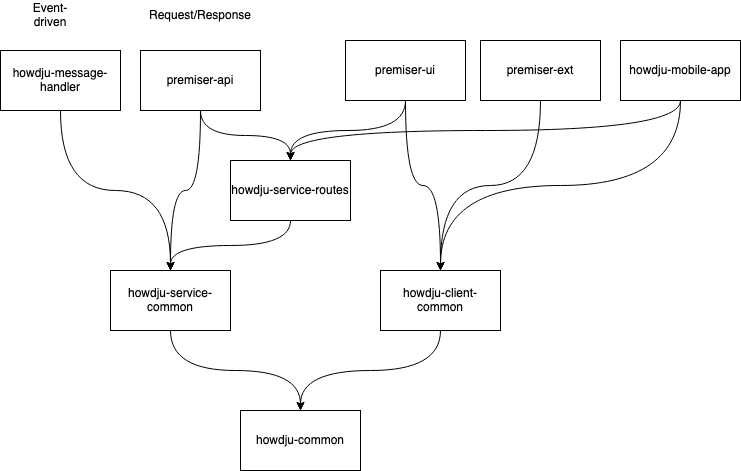
Earlier version of the draw.io export docs/Howdju Monorepo Package Dependencies.drawio.png (Howdju/howdju). Source tidied: cells renumbered, new cells last; positions are measured from the earlier drawing's top-left corner, leaving out a move shared by most shapes. The source it was exported from:
```xml
<mxGraphModel>
  <root>
    <mxCell id="0" />
    <mxCell id="1" parent="0" />
    <mxCell id="2" value="howdju-common" style="rounded=0;whiteSpace=wrap;html=1;" parent="1" vertex="1">
      <mxGeometry x="240" y="410" width="120" height="60" as="geometry" />
    </mxCell>
    <mxCell id="3" style="edgeStyle=orthogonalEdgeStyle;curved=1;rounded=0;jettySize=auto;html=1;exitX=0.5;exitY=1;exitDx=0;exitDy=0;entryX=0.5;entryY=0;entryDx=0;entryDy=0;" parent="1" edge="1" source="4" target="2">
      <mxGeometry relative="1" as="geometry" />
    </mxCell>
    <mxCell id="4" value="howdju-client-common" style="rounded=0;whiteSpace=wrap;html=1;" parent="1" vertex="1">
      <mxGeometry x="380" y="270" width="120" height="60" as="geometry" />
    </mxCell>
    <mxCell id="5" style="edgeStyle=orthogonalEdgeStyle;curved=1;rounded=0;jettySize=auto;html=1;exitX=0.5;exitY=1;exitDx=0;exitDy=0;" parent="1" edge="1" source="6">
      <mxGeometry relative="1" as="geometry">
        <mxPoint x="300" y="410" as="targetPoint" />
      </mxGeometry>
    </mxCell>
    <mxCell id="6" value="howdju-service-common" style="rounded=0;whiteSpace=wrap;html=1;" parent="1" vertex="1">
      <mxGeometry x="110" y="270" width="120" height="60" as="geometry" />
    </mxCell>
    <mxCell id="7" style="edgeStyle=orthogonalEdgeStyle;curved=1;rounded=0;jettySize=auto;html=1;exitX=0.5;exitY=1;exitDx=0;exitDy=0;entryX=0.5;entryY=0;entryDx=0;entryDy=0;" parent="1" edge="1" source="9" target="4">
      <mxGeometry relative="1" as="geometry" />
    </mxCell>
    <mxCell id="8" style="edgeStyle=orthogonalEdgeStyle;curved=1;rounded=0;jettySize=auto;html=1;exitX=0.5;exitY=1;exitDx=0;exitDy=0;entryX=0.5;entryY=0;entryDx=0;entryDy=0;" parent="1" edge="1" source="9" target="14">
      <mxGeometry relative="1" as="geometry" />
    </mxCell>
    <mxCell id="9" value="&lt;div&gt;premiser-ui&lt;/div&gt;" style="rounded=0;whiteSpace=wrap;html=1;" parent="1" vertex="1">
      <mxGeometry x="345" y="40" width="120" height="60" as="geometry" />
    </mxCell>
    <mxCell id="10" style="edgeStyle=orthogonalEdgeStyle;curved=1;rounded=0;jettySize=auto;html=1;exitX=0.5;exitY=1;exitDx=0;exitDy=0;" parent="1" edge="1" source="12">
      <mxGeometry relative="1" as="geometry">
        <mxPoint x="170" y="270" as="targetPoint" />
      </mxGeometry>
    </mxCell>
    <mxCell id="11" style="edgeStyle=orthogonalEdgeStyle;curved=1;rounded=0;jettySize=auto;html=1;exitX=0.5;exitY=1;exitDx=0;exitDy=0;entryX=0.5;entryY=0;entryDx=0;entryDy=0;" parent="1" edge="1" source="12" target="14">
      <mxGeometry relative="1" as="geometry" />
    </mxCell>
    <mxCell id="12" value="premiser-api" style="rounded=0;whiteSpace=wrap;html=1;" parent="1" vertex="1">
      <mxGeometry x="140" y="50" width="120" height="60" as="geometry" />
    </mxCell>
    <mxCell id="13" style="edgeStyle=orthogonalEdgeStyle;curved=1;rounded=0;jettySize=auto;html=1;exitX=0.5;exitY=1;exitDx=0;exitDy=0;entryX=0.5;entryY=0;entryDx=0;entryDy=0;" parent="1" edge="1" source="14" target="6">
      <mxGeometry relative="1" as="geometry" />
    </mxCell>
    <mxCell id="14" value="howdju-service-routes" style="rounded=0;whiteSpace=wrap;html=1;" parent="1" vertex="1">
      <mxGeometry x="230" y="160" width="120" height="60" as="geometry" />
    </mxCell>
    <mxCell id="15" style="edgeStyle=orthogonalEdgeStyle;curved=1;rounded=0;jettySize=auto;html=1;exitX=0.5;exitY=1;exitDx=0;exitDy=0;entryX=0.5;entryY=0;entryDx=0;entryDy=0;" parent="1" edge="1" source="16" target="4">
      <mxGeometry relative="1" as="geometry" />
    </mxCell>
    <mxCell id="16" value="&lt;div&gt;premiser-ext&lt;/div&gt;" style="rounded=0;whiteSpace=wrap;html=1;" parent="1" vertex="1">
      <mxGeometry x="480" y="40" width="120" height="60" as="geometry" />
    </mxCell>
    <mxCell id="17" style="edgeStyle=orthogonalEdgeStyle;curved=1;rounded=0;jettySize=auto;html=1;exitX=0.5;exitY=1;exitDx=0;exitDy=0;" parent="1" edge="1" source="19">
      <mxGeometry relative="1" as="geometry">
        <mxPoint x="440" y="270" as="targetPoint" />
      </mxGeometry>
    </mxCell>
    <mxCell id="18" style="edgeStyle=orthogonalEdgeStyle;curved=1;rounded=0;jettySize=auto;html=1;exitX=0.5;exitY=1;exitDx=0;exitDy=0;entryX=0.5;entryY=0;entryDx=0;entryDy=0;" parent="1" edge="1" source="19" target="14">
      <mxGeometry relative="1" as="geometry" />
    </mxCell>
    <mxCell id="19" value="howdju-mobile-app" style="rounded=0;whiteSpace=wrap;html=1;" parent="1" vertex="1">
      <mxGeometry x="620" y="40" width="120" height="60" as="geometry" />
    </mxCell>
    <mxCell id="20" style="edgeStyle=orthogonalEdgeStyle;curved=1;rounded=0;jettySize=auto;html=1;exitX=0.5;exitY=1;exitDx=0;exitDy=0;entryX=0.5;entryY=0;entryDx=0;entryDy=0;" parent="1" edge="1" source="21" target="6">
      <mxGeometry relative="1" as="geometry" />
    </mxCell>
    <mxCell id="21" value="howdju-message-handler" style="rounded=0;whiteSpace=wrap;html=1;" parent="1" vertex="1">
      <mxGeometry y="50" width="120" height="60" as="geometry" />
    </mxCell>
    <mxCell id="22" value="Event-driven" style="text;html=1;strokeColor=none;fillColor=none;align=center;verticalAlign=middle;whiteSpace=wrap;rounded=0;" parent="1" vertex="1">
      <mxGeometry x="20" width="60" height="30" as="geometry" />
    </mxCell>
    <mxCell id="23" value="Request/Response" style="text;html=1;strokeColor=none;fillColor=none;align=center;verticalAlign=middle;whiteSpace=wrap;rounded=0;" parent="1" vertex="1">
      <mxGeometry x="170" width="60" height="30" as="geometry" />
    </mxCell>
  </root>
</mxGraphModel>
```
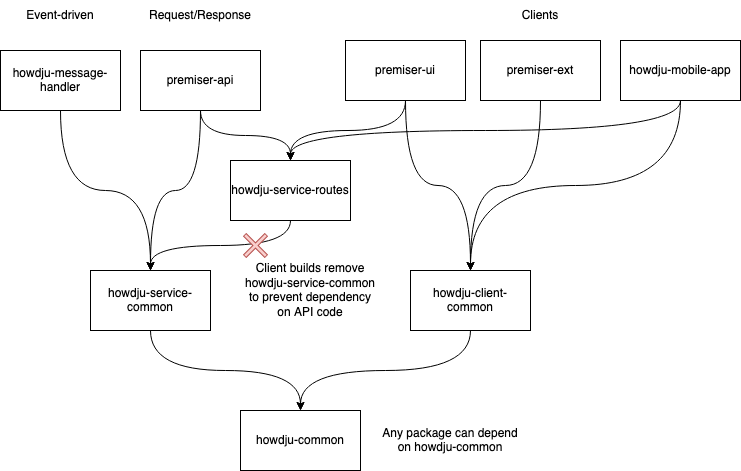
Later version of the same file.

What changed in the source:
```diff
@@ -9,7 +9,7 @@
       <mxGeometry relative="1" as="geometry" />
     </mxCell>
     <mxCell id="4" value="howdju-client-common" style="rounded=0;whiteSpace=wrap;html=1;" parent="1" vertex="1">
-      <mxGeometry x="380" y="270" width="120" height="60" as="geometry" />
+      <mxGeometry x="410" y="270" width="120" height="60" as="geometry" />
     </mxCell>
     <mxCell id="5" style="edgeStyle=orthogonalEdgeStyle;curved=1;rounded=0;jettySize=auto;html=1;exitX=0.5;exitY=1;exitDx=0;exitDy=0;" parent="1" edge="1" source="6">
       <mxGeometry relative="1" as="geometry">
@@ -17,7 +17,7 @@
       </mxGeometry>
     </mxCell>
     <mxCell id="6" value="howdju-service-common" style="rounded=0;whiteSpace=wrap;html=1;" parent="1" vertex="1">
-      <mxGeometry x="110" y="270" width="120" height="60" as="geometry" />
+      <mxGeometry x="90" y="270" width="120" height="60" as="geometry" />
     </mxCell>
     <mxCell id="7" style="edgeStyle=orthogonalEdgeStyle;curved=1;rounded=0;jettySize=auto;html=1;exitX=0.5;exitY=1;exitDx=0;exitDy=0;entryX=0.5;entryY=0;entryDx=0;entryDy=0;" parent="1" edge="1" source="9" target="4">
       <mxGeometry relative="1" as="geometry" />
@@ -28,10 +28,8 @@
     <mxCell id="9" value="&lt;div&gt;premiser-ui&lt;/div&gt;" style="rounded=0;whiteSpace=wrap;html=1;" parent="1" vertex="1">
       <mxGeometry x="345" y="40" width="120" height="60" as="geometry" />
     </mxCell>
-    <mxCell id="10" style="edgeStyle=orthogonalEdgeStyle;curved=1;rounded=0;jettySize=auto;html=1;exitX=0.5;exitY=1;exitDx=0;exitDy=0;" parent="1" edge="1" source="12">
-      <mxGeometry relative="1" as="geometry">
-        <mxPoint x="170" y="270" as="targetPoint" />
-      </mxGeometry>
+    <mxCell id="10" style="edgeStyle=orthogonalEdgeStyle;curved=1;rounded=0;jettySize=auto;html=1;exitX=0.5;exitY=1;exitDx=0;exitDy=0;" parent="1" edge="1" source="12" target="6">
+      <mxGeometry relative="1" as="geometry" />
     </mxCell>
     <mxCell id="11" style="edgeStyle=orthogonalEdgeStyle;curved=1;rounded=0;jettySize=auto;html=1;exitX=0.5;exitY=1;exitDx=0;exitDy=0;entryX=0.5;entryY=0;entryDx=0;entryDy=0;" parent="1" edge="1" source="12" target="14">
       <mxGeometry relative="1" as="geometry" />
@@ -51,10 +49,8 @@
     <mxCell id="16" value="&lt;div&gt;premiser-ext&lt;/div&gt;" style="rounded=0;whiteSpace=wrap;html=1;" parent="1" vertex="1">
       <mxGeometry x="480" y="40" width="120" height="60" as="geometry" />
     </mxCell>
-    <mxCell id="17" style="edgeStyle=orthogonalEdgeStyle;curved=1;rounded=0;jettySize=auto;html=1;exitX=0.5;exitY=1;exitDx=0;exitDy=0;" parent="1" edge="1" source="19">
-      <mxGeometry relative="1" as="geometry">
-        <mxPoint x="440" y="270" as="targetPoint" />
-      </mxGeometry>
+    <mxCell id="17" style="edgeStyle=orthogonalEdgeStyle;curved=1;rounded=0;jettySize=auto;html=1;exitX=0.5;exitY=1;exitDx=0;exitDy=0;" parent="1" edge="1" source="19" target="4">
+      <mxGeometry relative="1" as="geometry" />
     </mxCell>
     <mxCell id="18" style="edgeStyle=orthogonalEdgeStyle;curved=1;rounded=0;jettySize=auto;html=1;exitX=0.5;exitY=1;exitDx=0;exitDy=0;entryX=0.5;entryY=0;entryDx=0;entryDy=0;" parent="1" edge="1" source="19" target="14">
       <mxGeometry relative="1" as="geometry" />
@@ -69,10 +65,22 @@
       <mxGeometry y="50" width="120" height="60" as="geometry" />
     </mxCell>
     <mxCell id="22" value="Event-driven" style="text;html=1;strokeColor=none;fillColor=none;align=center;verticalAlign=middle;whiteSpace=wrap;rounded=0;" parent="1" vertex="1">
-      <mxGeometry x="20" width="60" height="30" as="geometry" />
+      <mxGeometry x="15" width="90" height="30" as="geometry" />
     </mxCell>
     <mxCell id="23" value="Request/Response" style="text;html=1;strokeColor=none;fillColor=none;align=center;verticalAlign=middle;whiteSpace=wrap;rounded=0;" parent="1" vertex="1">
       <mxGeometry x="170" width="60" height="30" as="geometry" />
     </mxCell>
+    <mxCell id="24" value="Clients" style="text;html=1;strokeColor=none;fillColor=none;align=center;verticalAlign=middle;whiteSpace=wrap;rounded=0;" parent="1" vertex="1">
+      <mxGeometry x="510" width="60" height="30" as="geometry" />
+    </mxCell>
+    <mxCell id="25" style="shape=cross;whiteSpace=wrap;html=1;size=0.125;rotation=45;fillColor=#f8cecc;strokeColor=#b85450;" parent="1" vertex="1">
+      <mxGeometry x="240" y="230" width="30" height="30" as="geometry" />
+    </mxCell>
+    <mxCell id="26" value="Client builds remove howdju-service-common to prevent dependency on API code" style="text;html=1;strokeColor=none;fillColor=none;align=center;verticalAlign=middle;whiteSpace=wrap;rounded=0;" parent="1" vertex="1">
+      <mxGeometry x="240" y="250" width="140" height="80" as="geometry" />
+    </mxCell>
+    <mxCell id="27" value="Any package can depend on howdju-common" style="text;html=1;strokeColor=none;fillColor=none;align=center;verticalAlign=middle;whiteSpace=wrap;rounded=0;" parent="1" vertex="1">
+      <mxGeometry x="380" y="425" width="140" height="30" as="geometry" />
+    </mxCell>
   </root>
 </mxGraphModel>
```
